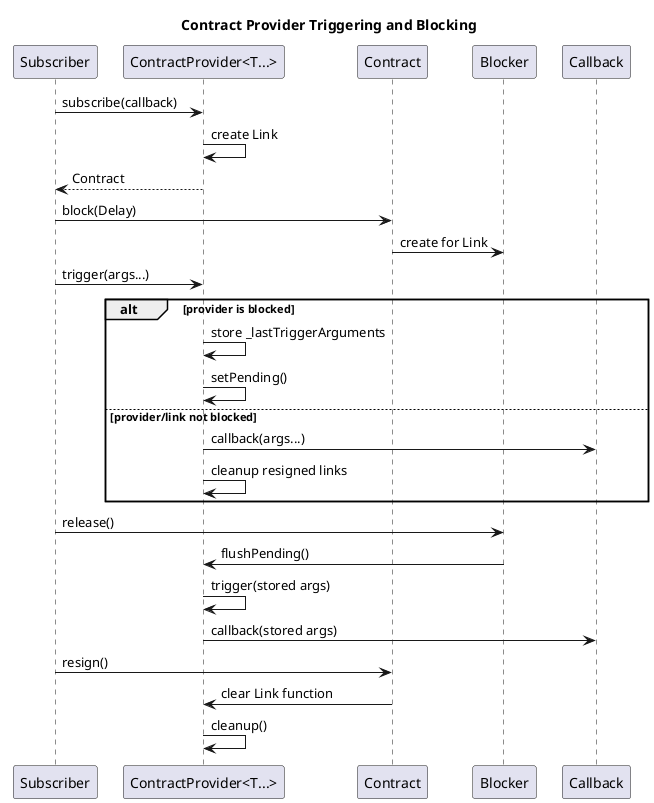
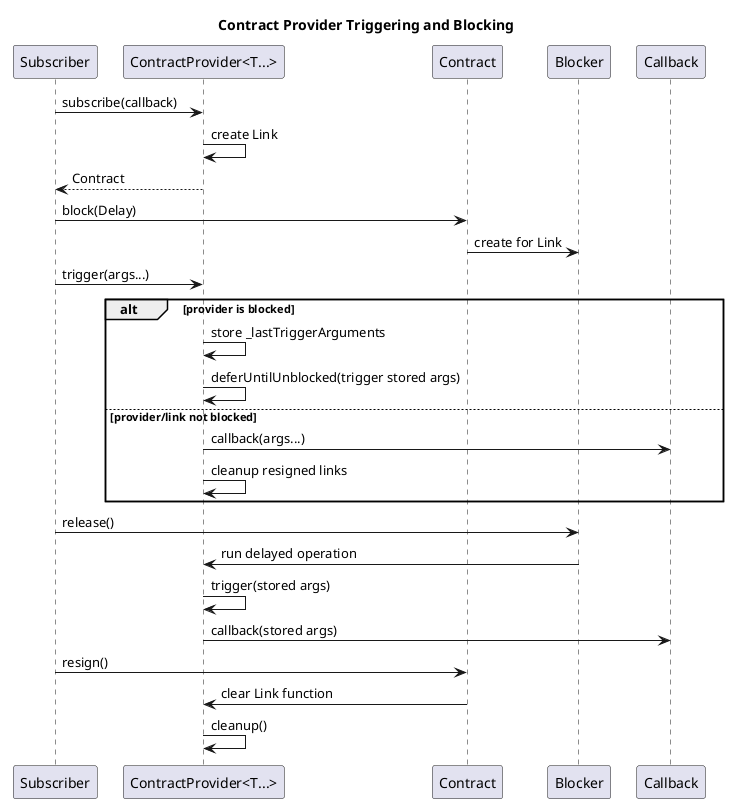
@startuml
title Contract Provider Triggering and Blocking

skinparam ParticipantPadding 8

participant "Subscriber" as Subscriber
participant "ContractProvider<T...>" as Provider
participant "Contract" as Contract
participant "Blocker" as Blocker
participant "Callback" as Callback

Subscriber -> Provider : subscribe(callback)
Provider -> Provider : create Link
Provider --> Subscriber : Contract

Subscriber -> Contract : block(Delay)
Contract -> Blocker : create for Link

Subscriber -> Provider : trigger(args...)
alt provider is blocked
	Provider -> Provider : store _lastTriggerArguments
- 	Provider -> Provider : setPending()
+ 	Provider -> Provider : deferUntilUnblocked(trigger stored args)
else provider/link not blocked
	Provider -> Callback : callback(args...)
	Provider -> Provider : cleanup resigned links
end

Subscriber -> Blocker : release()
- Blocker -> Provider : flushPending()
+ Blocker -> Provider : run delayed operation
Provider -> Provider : trigger(stored args)
Provider -> Callback : callback(stored args)

Subscriber -> Contract : resign()
Contract -> Provider : clear Link function
Provider -> Provider : cleanup()

@enduml
